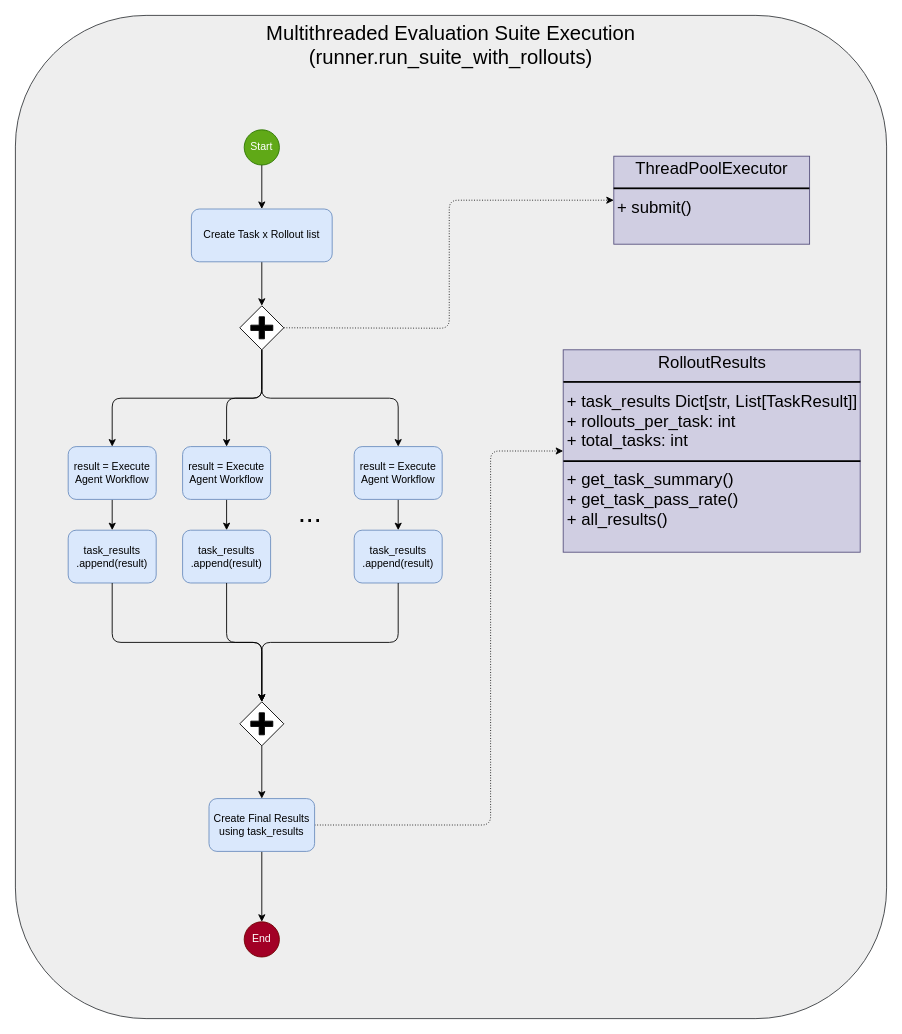
This is blog_post/diagrams/multithreaded_eval_suite.drawio from jbthejedi/llm-repo-agent, a draw.io file, before an edit. Source tidied: cells renumbered, new cells numbered last; positions are measured from the earlier drawing's top-left corner, leaving out a move shared by most shapes. Both pictures are drawn from the tidied source at 88%, with x=0, y=0 at pixel (15, 15).
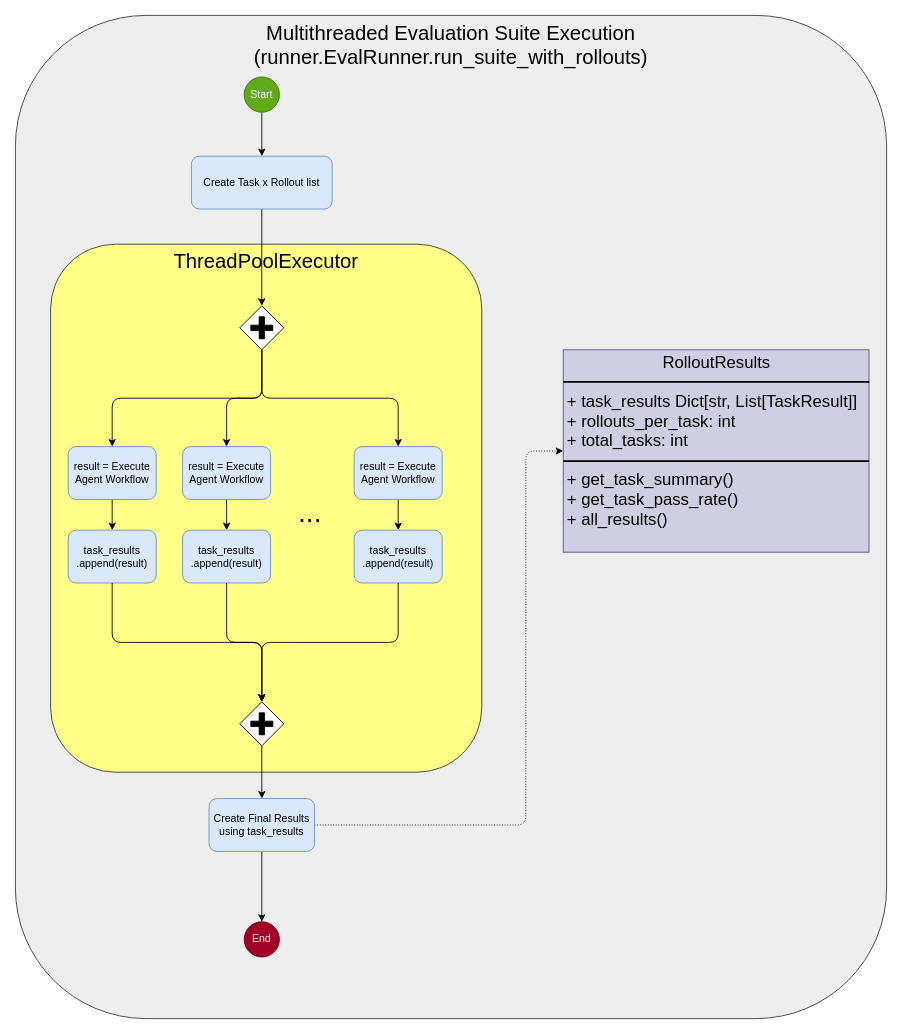
The same diagram, later.

The change refers to these unchanged cells:
```xml
<mxCell id="32" value="Create Final Results&lt;br&gt;using task_results" style="rounded=1;whiteSpace=wrap;html=1;fillColor=#dae8fc;strokeColor=#6c8ebf;" parent="1" vertex="1">
  <mxGeometry x="220" y="890" width="120" height="60" as="geometry" />
</mxCell>
```

Change to the diagram source:
```diff
@@
-    <mxCell id="2" value="Multithreaded Evaluation Suite Execution&lt;div&gt;(runner.run_suite_with_rollouts)&lt;/div&gt;" style="rounded=1;whiteSpace=wrap;html=1;fillColor=#eeeeee;strokeColor=#36393d;verticalAlign=top;fontSize=23;" parent="1" vertex="1">
+    <mxCell id="2" value="Multithreaded Evaluation Suite Execution&lt;div&gt;(runner.EvalRunner.run_suite_with_rollouts)&lt;/div&gt;" style="rounded=1;whiteSpace=wrap;html=1;fillColor=#eeeeee;strokeColor=#36393d;verticalAlign=top;fontSize=23;" parent="1" vertex="1">
       <mxGeometry width="990" height="1140" as="geometry" />
     </mxCell>
+    <mxCell id="33" value="ThreadPoolExecutor" style="rounded=1;whiteSpace=wrap;html=1;verticalAlign=top;fontSize=23;fillColor=#ffff88;strokeColor=#36393d;" parent="1" vertex="1">
+      <mxGeometry x="40" y="260" width="490" height="600" as="geometry" />
+    </mxCell>
@@
     <mxCell id="4" value="Start" style="ellipse;whiteSpace=wrap;html=1;fillColor=#60a917;fontColor=#ffffff;strokeColor=#2D7600;" parent="1" vertex="1">
-      <mxGeometry x="260" y="130" width="40" height="40" as="geometry" />
+      <mxGeometry x="260" y="70" width="40" height="40" as="geometry" />
     </mxCell>
@@
     <mxCell id="7" value="&lt;p style=&quot;margin:0px;margin-top:4px;text-align:center;&quot;&gt;&lt;font style=&quot;color: light-dark(rgb(0, 0, 0), rgb(255, 255, 255));&quot;&gt;RolloutResults&lt;/font&gt;&lt;/p&gt;&lt;hr style=&quot;border-style:solid;&quot;&gt;&lt;p style=&quot;margin:0px;margin-left:4px;&quot;&gt;&lt;font style=&quot;color: light-dark(rgb(0, 0, 0), rgb(255, 255, 255));&quot;&gt;+ task_results Dict[str, List[TaskResult]]&lt;br&gt;+ rollouts_per_task: int&lt;/font&gt;&lt;/p&gt;&lt;p style=&quot;margin:0px;margin-left:4px;&quot;&gt;&lt;font style=&quot;color: light-dark(rgb(0, 0, 0), rgb(255, 255, 255));&quot;&gt;+ total_tasks: int&lt;/font&gt;&lt;/p&gt;&lt;hr style=&quot;border-style:solid;&quot;&gt;&lt;p style=&quot;scrollbar-color: rgb(75, 75, 75) rgb(27, 29, 30); margin: 0px 0px 0px 4px; color: rgb(192, 192, 192);&quot;&gt;&lt;font style=&quot;color: light-dark(rgb(0, 0, 0), rgb(255, 255, 255));&quot;&gt;+ get_task_summary()&lt;/font&gt;&lt;/p&gt;&lt;p style=&quot;scrollbar-color: rgb(75, 75, 75) rgb(27, 29, 30); margin: 0px 0px 0px 4px; color: rgb(192, 192, 192);&quot;&gt;&lt;font style=&quot;color: light-dark(rgb(0, 0, 0), rgb(255, 255, 255));&quot;&gt;+ get_task_pass_rate()&lt;br style=&quot;scrollbar-color: rgb(75, 75, 75) rgb(27, 29, 30); color: rgb(192, 192, 192);&quot;&gt;&lt;/font&gt;&lt;/p&gt;&lt;p style=&quot;scrollbar-color: rgb(75, 75, 75) rgb(27, 29, 30); margin: 0px 0px 0px 4px; color: rgb(192, 192, 192);&quot;&gt;&lt;font style=&quot;color: light-dark(rgb(0, 0, 0), rgb(255, 255, 255));&quot;&gt;+ all_results()&lt;/font&gt;&lt;/p&gt;" style="verticalAlign=top;align=left;overflow=fill;html=1;whiteSpace=wrap;fontSize=19;fillColor=#d0cee2;strokeColor=#56517e;labelBackgroundColor=none;" parent="1" vertex="1">
-      <mxGeometry x="622.5" y="380" width="337.5" height="230" as="geometry" />
+      <mxGeometry x="622.5" y="380" width="347.5" height="230" as="geometry" />
     </mxCell>
@@
     <mxCell id="9" value="Create Task x Rollout list" style="rounded=1;whiteSpace=wrap;html=1;fillColor=#dae8fc;strokeColor=#6c8ebf;" parent="1" vertex="1">
-      <mxGeometry x="200" y="220" width="160" height="60" as="geometry" />
+      <mxGeometry x="200" y="160" width="160" height="60" as="geometry" />
     </mxCell>
-    <mxCell id="10" value="&lt;p style=&quot;margin:0px;margin-top:4px;text-align:center;&quot;&gt;ThreadPoolExecutor&lt;/p&gt;&lt;hr style=&quot;border-style:solid;&quot;&gt;&lt;p style=&quot;margin:0px;margin-left:4px;&quot;&gt;+ submit()&lt;/p&gt;" style="verticalAlign=top;align=left;overflow=fill;html=1;whiteSpace=wrap;fontSize=19;fillColor=#d0cee2;strokeColor=#56517e;labelBackgroundColor=none;" parent="1" vertex="1">
-      <mxGeometry x="680" y="160" width="222.5" height="100" as="geometry" />
-    </mxCell>
-    <mxCell id="11" style="edgeStyle=orthogonalEdgeStyle;html=1;entryX=0;entryY=0.5;entryDx=0;entryDy=0;dashed=1;dashPattern=1 2;" parent="1" edge="1" target="10">
-      <mxGeometry relative="1" as="geometry">
-        <mxPoint x="305" y="355" as="sourcePoint" />
-      </mxGeometry>
-    </mxCell>
@@
     <mxCell id="31" style="edgeStyle=orthogonalEdgeStyle;html=1;exitX=1;exitY=0.5;exitDx=0;exitDy=0;entryX=0;entryY=0.5;entryDx=0;entryDy=0;dashed=1;dashPattern=1 2;" parent="1" edge="1" source="32" target="7">
       <mxGeometry relative="1" as="geometry">
         <Array as="points">
-          <mxPoint x="540" y="920" />
-          <mxPoint x="540" y="495" />
+          <mxPoint x="580" y="920" />
+          <mxPoint x="580" y="495" />
         </Array>
       </mxGeometry>
     </mxCell>
```
